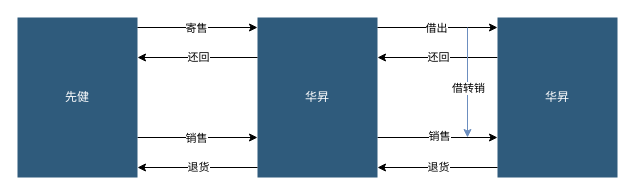
xiaoming728/draw keeps this draw.io diagram as 华昇 (先健一级代理).drawio. Above is the earlier version. Source tidied: cells renumbered, new cells numbered last; positions are measured from the earlier drawing's top-left corner, leaving out a move shared by most shapes. Both pictures are drawn from the tidied source at 100%, with x=0, y=0 at pixel (17, 17).
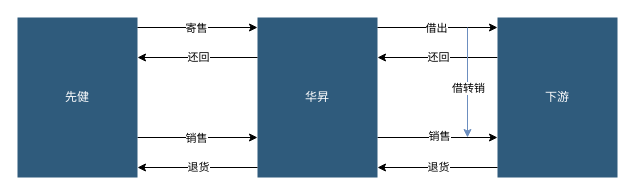
The same page after the edit.

Commit message (it also covers changes not shown here):
更新华昇 (先健一级代理).drawio

The edit, as a diff of the source:
```diff
@@
-    <mxCell id="10" value="华昇" style="whiteSpace=wrap;shadow=0;fontColor=#FFFFFF;fontFamily=Helvetica;fontStyle=0;html=1;fontSize=12;plain-purple;strokeColor=none;fillColor=#2f5b7c;gradientColor=none;spacing=6;verticalAlign=middle;" parent="1" vertex="1">
+    <mxCell id="10" value="下游" style="whiteSpace=wrap;shadow=0;fontColor=#FFFFFF;fontFamily=Helvetica;fontStyle=0;html=1;fontSize=12;plain-purple;strokeColor=none;fillColor=#2f5b7c;gradientColor=none;spacing=6;verticalAlign=middle;" parent="1" vertex="1">
       <mxGeometry x="480" width="120" height="160" as="geometry" />
     </mxCell>
```
